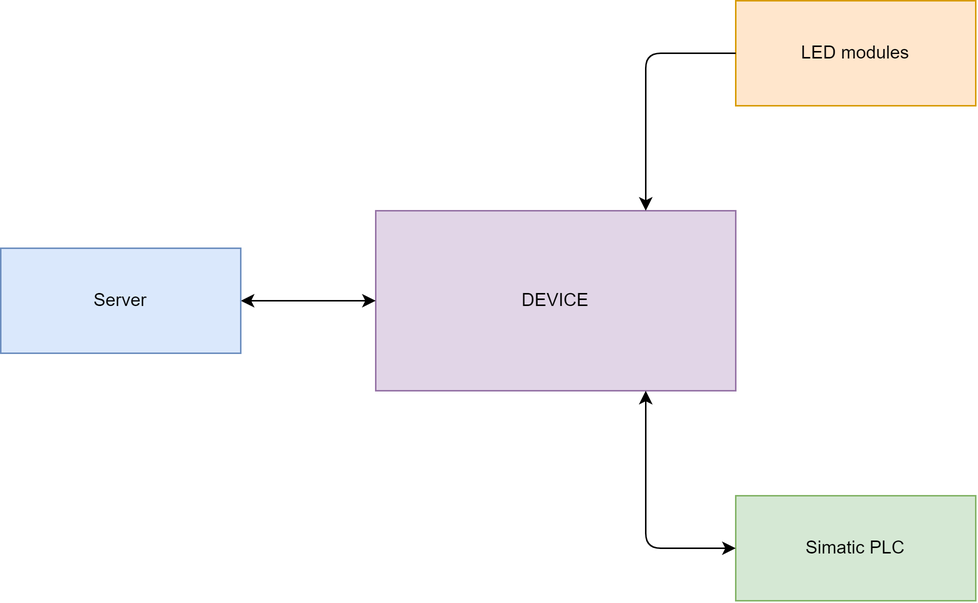
Above: img/03-system-desing.png in petrkucerak/diplom-thesis (draw.io), before the change. Source tidied: cells renumbered, new cells last; positions are measured from the earlier drawing's top-left corner, leaving out a move shared by most shapes. Source of this version:
```xml
<mxGraphModel>
  <root>
    <mxCell id="0" />
    <mxCell id="1" parent="0" />
    <mxCell id="2" style="group;" parent="1" vertex="1">
      <mxGeometry width="650" height="400" as="geometry" />
    </mxCell>
    <mxCell id="3" value="DEVICE" style="rounded=0;whiteSpace=wrap;html=1;fillColor=#e1d5e7;strokeColor=#9673a6;" parent="2" vertex="1">
      <mxGeometry x="250" y="140" width="240" height="120" as="geometry" />
    </mxCell>
    <mxCell id="4" value="LED modules" style="rounded=0;whiteSpace=wrap;html=1;fillColor=#ffe6cc;strokeColor=#d79b00;" parent="2" vertex="1">
      <mxGeometry x="490" width="160" height="70" as="geometry" />
    </mxCell>
    <mxCell id="5" value="Simatic PLC" style="rounded=0;whiteSpace=wrap;html=1;fillColor=#d5e8d4;strokeColor=#82b366;" parent="2" vertex="1">
      <mxGeometry x="490" y="330" width="160" height="70" as="geometry" />
    </mxCell>
    <mxCell id="6" style="edgeStyle=none;html=1;exitX=1;exitY=0.5;exitDx=0;exitDy=0;entryX=0;entryY=0.5;entryDx=0;entryDy=0;startArrow=classic;startFill=1;" parent="2" edge="1" source="7" target="3">
      <mxGeometry relative="1" as="geometry" />
    </mxCell>
    <mxCell id="7" value="Server" style="rounded=0;whiteSpace=wrap;html=1;fillColor=#dae8fc;strokeColor=#6c8ebf;" parent="2" vertex="1">
      <mxGeometry y="165" width="160" height="70" as="geometry" />
    </mxCell>
    <mxCell id="8" style="edgeStyle=orthogonalEdgeStyle;html=1;entryX=0.75;entryY=0;entryDx=0;entryDy=0;exitX=0;exitY=0.5;exitDx=0;exitDy=0;" parent="2" edge="1" source="4" target="3">
      <mxGeometry relative="1" as="geometry" />
    </mxCell>
    <mxCell id="9" style="edgeStyle=orthogonalEdgeStyle;html=1;exitX=0;exitY=0.5;exitDx=0;exitDy=0;startArrow=classic;startFill=1;entryX=0.75;entryY=1;entryDx=0;entryDy=0;" parent="2" edge="1" source="5" target="3">
      <mxGeometry relative="1" as="geometry" />
    </mxCell>
  </root>
</mxGraphModel>
```
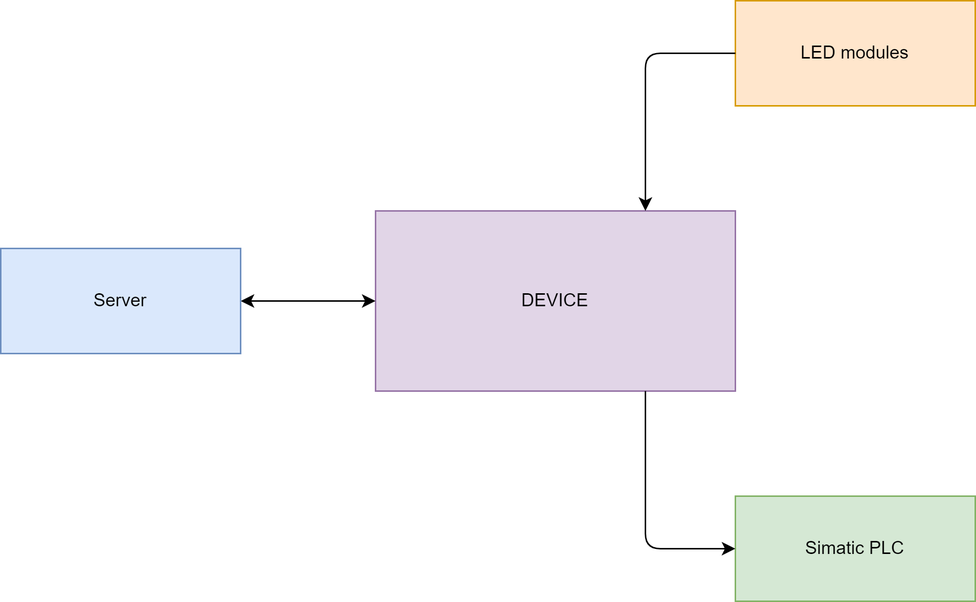
The same file after the commit.

Change to the diagram source:
```diff
@@ -23,7 +23,7 @@
     <mxCell id="8" style="edgeStyle=orthogonalEdgeStyle;html=1;entryX=0.75;entryY=0;entryDx=0;entryDy=0;exitX=0;exitY=0.5;exitDx=0;exitDy=0;" parent="2" edge="1" source="4" target="3">
       <mxGeometry relative="1" as="geometry" />
     </mxCell>
-    <mxCell id="9" style="edgeStyle=orthogonalEdgeStyle;html=1;exitX=0;exitY=0.5;exitDx=0;exitDy=0;startArrow=classic;startFill=1;entryX=0.75;entryY=1;entryDx=0;entryDy=0;" parent="2" edge="1" source="5" target="3">
+    <mxCell id="9" style="edgeStyle=orthogonalEdgeStyle;html=1;exitX=0;exitY=0.5;exitDx=0;exitDy=0;startArrow=classic;startFill=1;entryX=0.75;entryY=1;entryDx=0;entryDy=0;endArrow=none;endFill=0;" parent="2" edge="1" source="5" target="3">
       <mxGeometry relative="1" as="geometry" />
     </mxCell>
   </root>
```
